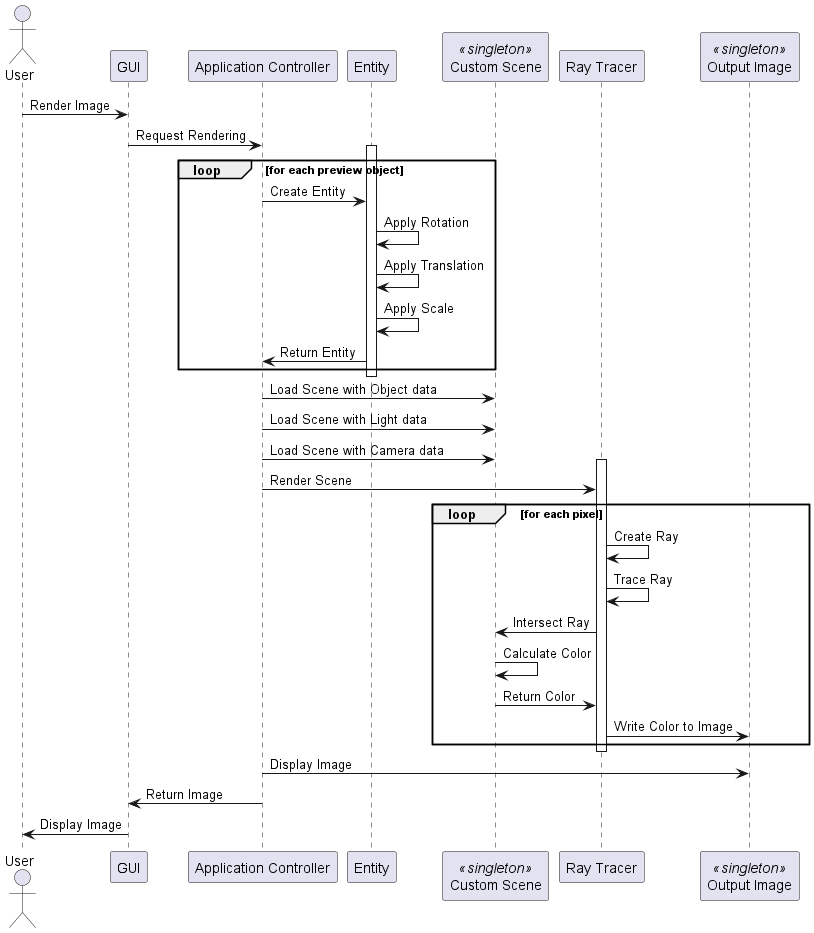
Earlier version of the PlantUML export OTHER/dokumentation/UML Diagramme/Sequenzdiagramme/Render Sequenzdiagramm.png (LmaoPewPew/DNAIG). Its diagram source:
```plantuml
@startuml
actor User
participant "GUI" as GUI
participant "Application Controller" as ApplicationController
participant "Entity" as Entity
participant "Custom Scene" as CustomScene <<singleton>>
participant "Ray Tracer" as RayTracer
participant "Output Image" as OutputImage <<singleton>>

User -> GUI: Render Image
GUI -> ApplicationController: Request Rendering

activate Entity
loop for each preview object
    ApplicationController -> Entity: Create Entity
    Entity -> Entity: Apply Rotation
    Entity -> Entity: Apply Translation
    Entity -> Entity: Apply Scale
    Entity -> ApplicationController: Return Entity
end
deactivate Entity

ApplicationController -> CustomScene: Load Scene with Object data
ApplicationController -> CustomScene: Load Scene with Light data
ApplicationController -> CustomScene: Load Scene with Camera data

activate RayTracer
ApplicationController -> RayTracer: Render Scene

loop for each pixel
    RayTracer -> RayTracer: Create Ray
    RayTracer -> RayTracer: Trace Ray
    RayTracer -> CustomScene: Intersect Ray
    CustomScene -> CustomScene: Calculate Color
    CustomScene -> RayTracer: Return Color
    RayTracer -> OutputImage: Write Color to Image
end

deactivate RayTracer

ApplicationController -> OutputImage: Display Image
ApplicationController -> GUI: Return Image
GUI -> User: Display Image
@enduml
```
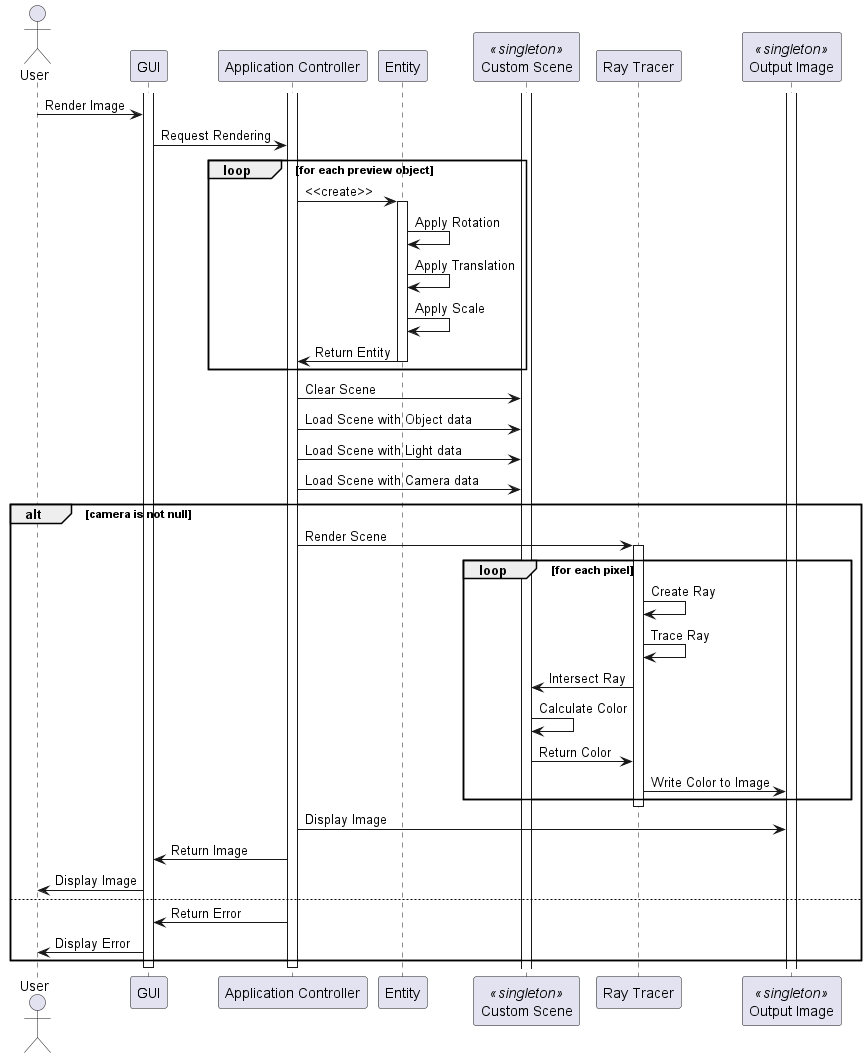
Above is the later version.

What changed in the source:
```diff
@@ -7,38 +7,56 @@
 participant "Ray Tracer" as RayTracer
 participant "Output Image" as OutputImage <<singleton>>
 
+activate GUI
+activate ApplicationController
+activate CustomScene
+activate OutputImage
+
 User -> GUI: Render Image
 GUI -> ApplicationController: Request Rendering
 
-activate Entity
+
 loop for each preview object
-    ApplicationController -> Entity: Create Entity
+    ApplicationController -> Entity: <<create>>
+    activate Entity
     Entity -> Entity: Apply Rotation
     Entity -> Entity: Apply Translation
     Entity -> Entity: Apply Scale
     Entity -> ApplicationController: Return Entity
+    deactivate Entity
 end
-deactivate Entity
 
+ApplicationController -> CustomScene: Clear Scene
 ApplicationController -> CustomScene: Load Scene with Object data
 ApplicationController -> CustomScene: Load Scene with Light data
 ApplicationController -> CustomScene: Load Scene with Camera data
 
-activate RayTracer
-ApplicationController -> RayTracer: Render Scene
+alt camera is not null
+    ApplicationController -> RayTracer: Render Scene
 
-loop for each pixel
-    RayTracer -> RayTracer: Create Ray
-    RayTracer -> RayTracer: Trace Ray
-    RayTracer -> CustomScene: Intersect Ray
-    CustomScene -> CustomScene: Calculate Color
-    CustomScene -> RayTracer: Return Color
-    RayTracer -> OutputImage: Write Color to Image
+    loop for each pixel
+        activate RayTracer
+        RayTracer -> RayTracer: Create Ray
+        RayTracer -> RayTracer: Trace Ray
+        RayTracer -> CustomScene: Intersect Ray
+        CustomScene -> CustomScene: Calculate Color
+        CustomScene -> RayTracer: Return Color
+        RayTracer -> OutputImage: Write Color to Image
+    end
+
+    deactivate RayTracer
+
+    ApplicationController -> OutputImage: Display Image
+    ApplicationController -> GUI: Return Image
+    GUI -> User: Display Image
+else
+    ApplicationController -> GUI: Return Error
+    GUI -> User: Display Error
 end
 
-deactivate RayTracer
 
-ApplicationController -> OutputImage: Display Image
-ApplicationController -> GUI: Return Image
-GUI -> User: Display Image
+
+
+deactivate ApplicationController
+deactivate GUI
 @enduml
```
